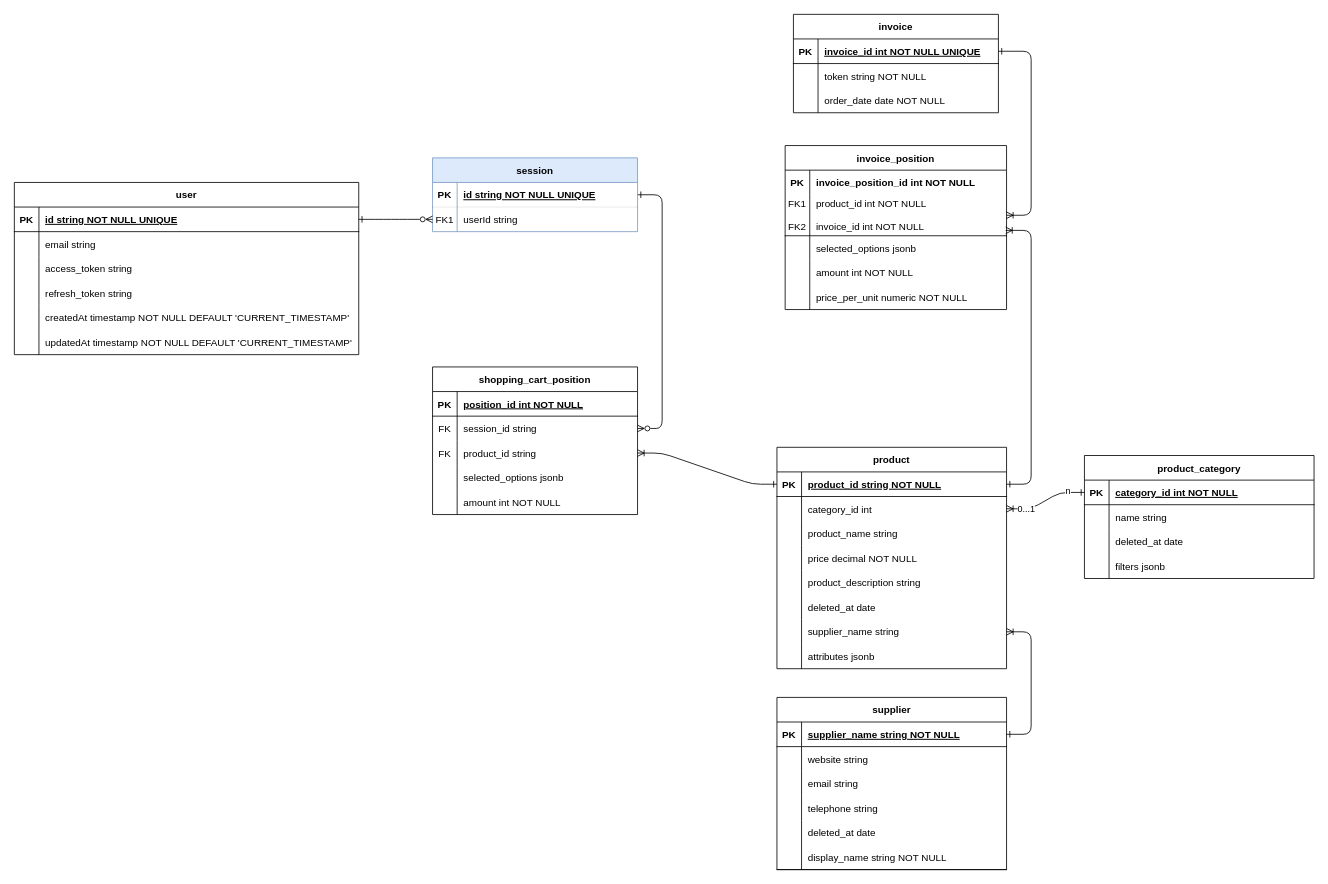
Above: concepts/Datenmodell v3.drawio in neinkopp/se-1-webshop (draw.io), before the change. Source tidied: cells renumbered, new cells numbered last; positions are measured from the earlier drawing's top-left corner, leaving out a move shared by most shapes. Both pictures are drawn from the tidied source at 82%, with x=0, y=0 at pixel (-265, 10).
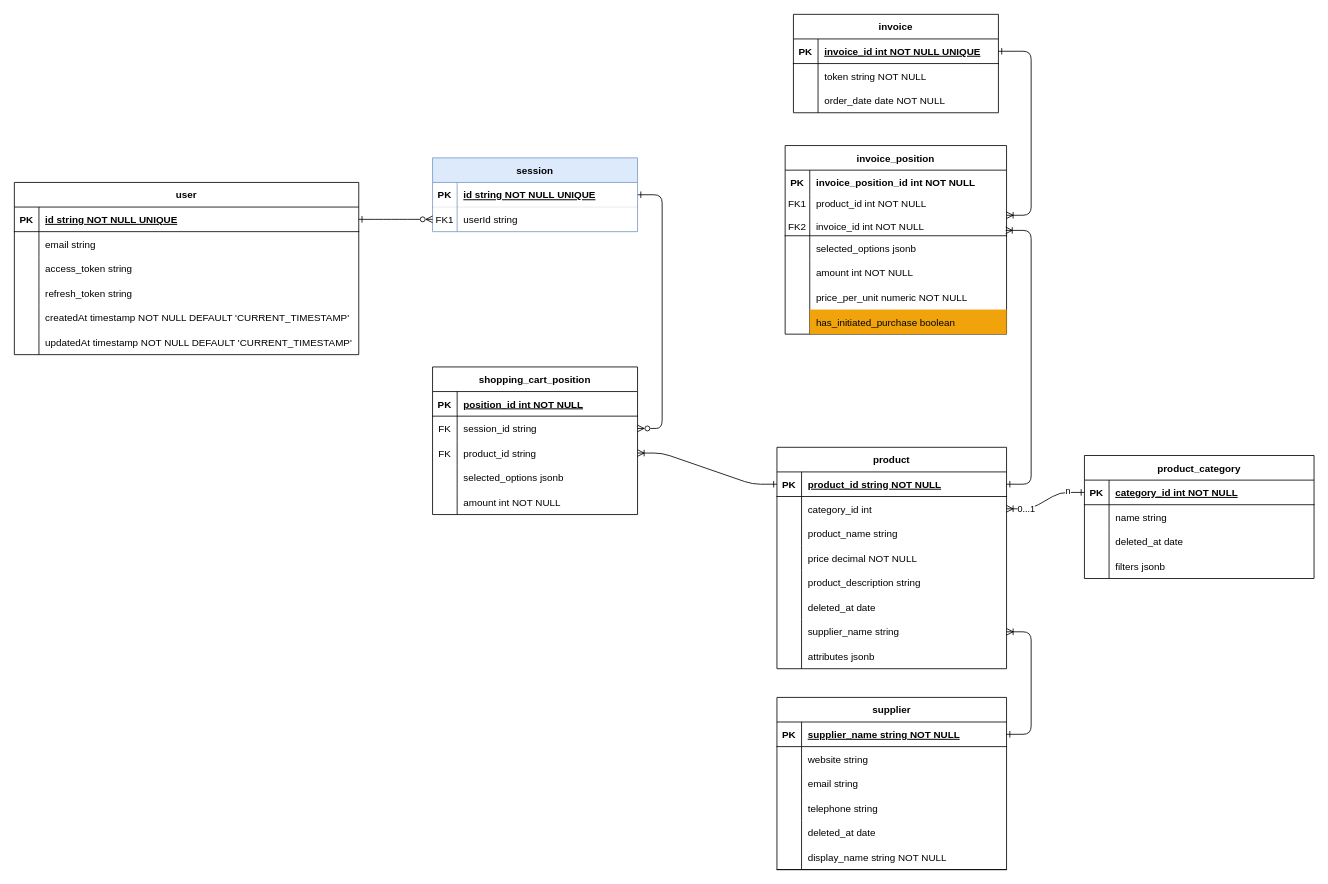
Above is the later version.

Change to the diagram source:
```diff
@@
     <mxCell id="3" value="invoice_position" style="shape=table;startSize=30;childLayout=tableLayout;rowLines=0;fontStyle=1;align=center;" parent="1" vertex="1">
-      <mxGeometry x="1280" y="165" width="270" height="200" as="geometry" />
+      <mxGeometry x="1280" y="165" width="270" height="230" as="geometry" />
     </mxCell>
@@
+    <mxCell id="136" style="shape=partialRectangle;fillColor=none;top=0;left=0;right=0;bottom=0;" parent="3" vertex="1">
+      <mxGeometry y="200" width="270" height="30" as="geometry" />
+    </mxCell>
+    <mxCell id="137" style="shape=partialRectangle;overflow=hidden;fillColor=none;top=0;left=0;bottom=0;right=0;" parent="136" vertex="1">
+      <mxGeometry width="30" height="30" as="geometry" />
+    </mxCell>
+    <mxCell id="138" value="has_initiated_purchase boolean" style="shape=partialRectangle;overflow=hidden;fillColor=#f0a30a;top=0;left=0;bottom=0;right=0;align=left;spacingLeft=6;fontColor=#000000;strokeColor=#BD7000;" parent="136" vertex="1">
+      <mxGeometry x="30" width="240" height="30" as="geometry" />
+    </mxCell>
```
